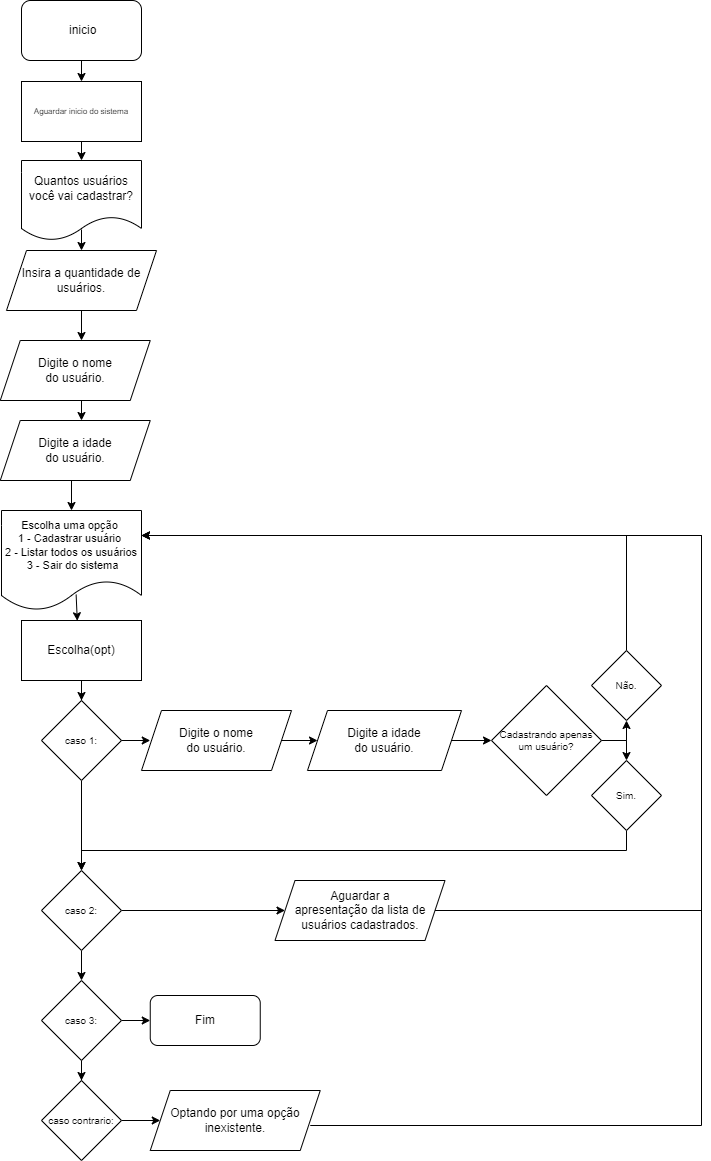
Above: Arquivos Completo/fluxograma.png in KauaWB02/situacao-de-aprendizagem (draw.io), before the change. Source tidied: cells renumbered, new cells last; positions are measured from the earlier drawing's top-left corner, leaving out a move shared by most shapes.
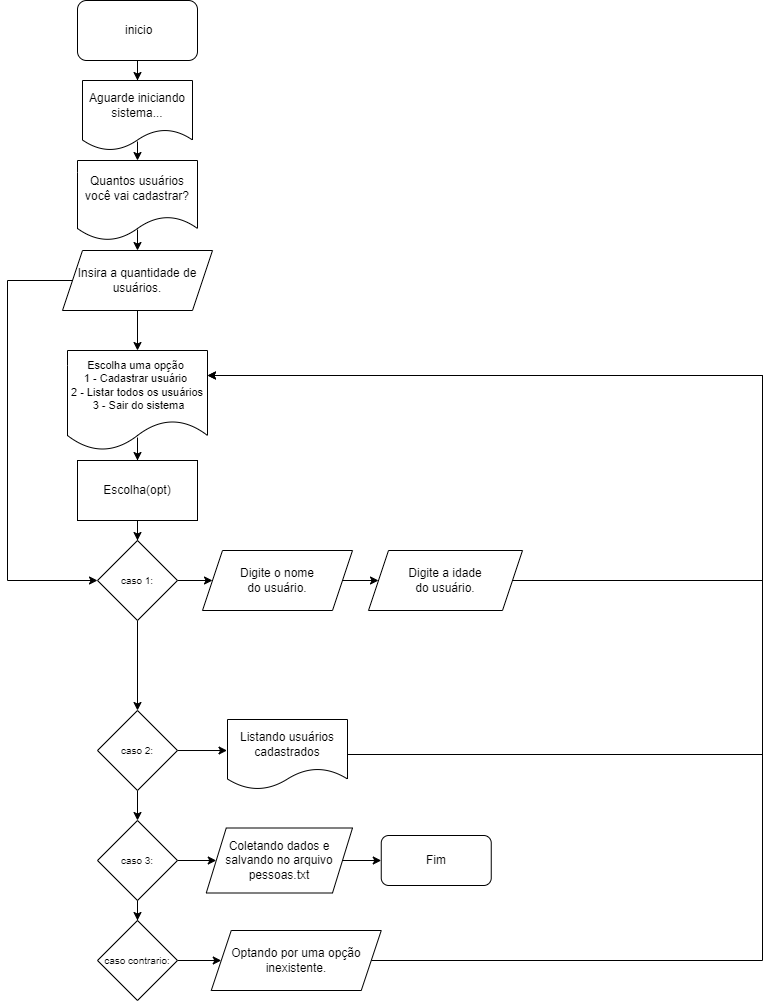
The same diagram one commit later.

The edit, as a diff of the source:
```diff
@@ -2,9 +2,9 @@
   <root>
     <mxCell id="0" />
     <mxCell id="1" parent="0" />
-    <mxCell id="2" style="edgeStyle=none;rounded=0;jettySize=auto;html=1;fontSize=8;" parent="1" edge="1" source="3" target="9">
-      <mxGeometry relative="1" as="geometry" />
-    </mxCell>
+    <mxCell id="45" style="edgeStyle=orthogonalEdgeStyle;rounded=0;jettySize=auto;html=1;" parent="1" edge="1" source="3" target="50">
+      <mxGeometry relative="1" as="geometry" />
+    </mxCell>
     <mxCell id="3" value="&amp;nbsp;inicio" style="rounded=1;whiteSpace=wrap;html=1;" parent="1" vertex="1">
       <mxGeometry x="21" width="120" height="60" as="geometry" />
     </mxCell>
@@ -14,146 +14,117 @@
     <mxCell id="5" value="Quantos usuários você vai cadastrar?" style="shape=document;whiteSpace=wrap;html=1;boundedLbl=1;" parent="1" vertex="1">
       <mxGeometry x="21" y="160" width="120" height="80" as="geometry" />
     </mxCell>
-    <mxCell id="6" style="edgeStyle=none;rounded=0;jettySize=auto;html=1;fontSize=8;" parent="1" edge="1" source="7">
-      <mxGeometry relative="1" as="geometry">
-        <mxPoint x="81" y="340" as="targetPoint" />
-      </mxGeometry>
-    </mxCell>
+    <mxCell id="46" style="edgeStyle=orthogonalEdgeStyle;rounded=0;jettySize=auto;html=1;entryX=0;entryY=0.5;entryDx=0;entryDy=0;exitX=0;exitY=0.5;exitDx=0;exitDy=0;" parent="1" edge="1" source="7" target="15">
+      <mxGeometry relative="1" as="geometry">
+        <Array as="points">
+          <mxPoint x="-49" y="280" />
+          <mxPoint x="-49" y="580" />
+        </Array>
+      </mxGeometry>
+    </mxCell>
+    <mxCell id="47" style="edgeStyle=orthogonalEdgeStyle;rounded=0;jettySize=auto;html=1;" parent="1" edge="1" source="7" target="11">
+      <mxGeometry relative="1" as="geometry" />
+    </mxCell>
     <mxCell id="7" value="Insira a quantidade de usuários." style="shape=parallelogram;perimeter=parallelogramPerimeter;whiteSpace=wrap;html=1;fixedSize=1;" parent="1" vertex="1">
       <mxGeometry x="6" y="250" width="150" height="60" as="geometry" />
     </mxCell>
-    <mxCell id="8" style="edgeStyle=none;rounded=0;jettySize=auto;html=1;fontSize=8;" parent="1" edge="1" source="9" target="5">
-      <mxGeometry relative="1" as="geometry" />
+    <mxCell id="8" style="edgeStyle=none;rounded=0;jettySize=auto;html=1;fontSize=8;" parent="1" edge="1" target="5">
+      <mxGeometry relative="1" as="geometry">
+        <mxPoint x="81" y="141" as="sourcePoint" />
+      </mxGeometry>
     </mxCell>
-    <mxCell id="9" value="&lt;div style=&quot;font-size: 8px;&quot;&gt;Aguardar inicio do sistema&lt;/div&gt;" style="rounded=0;whiteSpace=wrap;html=1;" parent="1" vertex="1">
-      <mxGeometry x="21" y="81" width="120" height="60" as="geometry" />
-    </mxCell>
-    <mxCell id="10" style="edgeStyle=none;rounded=0;orthogonalLoop=1;jettySize=auto;html=1;fontSize=8;" parent="1" edge="1">
-      <mxGeometry relative="1" as="geometry">
-        <mxPoint x="81" y="400" as="sourcePoint" />
-        <mxPoint x="81" y="420" as="targetPoint" />
-      </mxGeometry>
-    </mxCell>
+    <mxCell id="28" style="edgeStyle=orthogonalEdgeStyle;rounded=0;jettySize=auto;html=1;exitX=0.5;exitY=0.87;exitDx=0;exitDy=0;exitPerimeter=0;" parent="1" edge="1" source="11" target="13">
+      <mxGeometry relative="1" as="geometry" />
+    </mxCell>
     <mxCell id="11" value="&lt;font style=&quot;font-size: 11px;&quot;&gt;Escolha uma opção &lt;br&gt;1 - Cadastrar usuário &lt;br&gt;2 - Listar todos os usuários&lt;br&gt;&amp;nbsp;3 - Sair do sistema&lt;/font&gt;" style="shape=document;whiteSpace=wrap;html=1;boundedLbl=1;fontSize=8;" parent="1" vertex="1">
-      <mxGeometry x="1" y="510" width="140" height="100" as="geometry" />
+      <mxGeometry x="11" y="350" width="140" height="100" as="geometry" />
     </mxCell>
     <mxCell id="12" style="edgeStyle=orthogonalEdgeStyle;rounded=0;jettySize=auto;html=1;fontSize=10;" parent="1" edge="1" source="13" target="15">
       <mxGeometry relative="1" as="geometry" />
     </mxCell>
     <mxCell id="13" value="&lt;font style=&quot;font-size: 12px;&quot;&gt;Escolha(opt)&lt;/font&gt;" style="rounded=0;whiteSpace=wrap;html=1;fontSize=8;" parent="1" vertex="1">
-      <mxGeometry x="21" y="620" width="120" height="60" as="geometry" />
+      <mxGeometry x="21" y="460" width="120" height="60" as="geometry" />
     </mxCell>
     <mxCell id="14" style="edgeStyle=orthogonalEdgeStyle;rounded=0;jettySize=auto;html=1;" parent="1" edge="1" source="15" target="19">
       <mxGeometry relative="1" as="geometry" />
     </mxCell>
+    <mxCell id="48" style="edgeStyle=orthogonalEdgeStyle;rounded=0;jettySize=auto;html=1;" parent="1" edge="1" source="15" target="31">
+      <mxGeometry relative="1" as="geometry" />
+    </mxCell>
     <mxCell id="15" value="caso 1:" style="rhombus;whiteSpace=wrap;html=1;fontSize=10;" parent="1" vertex="1">
-      <mxGeometry x="41" y="700" width="80" height="80" as="geometry" />
+      <mxGeometry x="41" y="540" width="80" height="80" as="geometry" />
     </mxCell>
-    <mxCell id="16" style="edgeStyle=orthogonalEdgeStyle;rounded=0;orthogonalLoop=1;jettySize=auto;html=1;" parent="1" edge="1">
-      <mxGeometry relative="1" as="geometry">
-        <mxPoint x="121" y="740" as="sourcePoint" />
-        <mxPoint x="149.8" y="740" as="targetPoint" />
-      </mxGeometry>
-    </mxCell>
-    <mxCell id="17" style="edgeStyle=orthogonalEdgeStyle;rounded=0;jettySize=auto;html=1;entryX=0;entryY=0.5;entryDx=0;entryDy=0;" parent="1" edge="1" source="19" target="42">
+    <mxCell id="17" style="edgeStyle=orthogonalEdgeStyle;rounded=0;jettySize=auto;html=1;entryX=-0.004;entryY=0.443;entryDx=0;entryDy=0;entryPerimeter=0;" parent="1" edge="1" source="19" target="52">
       <mxGeometry relative="1" as="geometry" />
     </mxCell>
     <mxCell id="18" style="edgeStyle=orthogonalEdgeStyle;rounded=0;jettySize=auto;html=1;fontSize=12;" parent="1" edge="1" source="19" target="22">
       <mxGeometry relative="1" as="geometry" />
     </mxCell>
     <mxCell id="19" value="caso 2:" style="rhombus;whiteSpace=wrap;html=1;fontSize=10;" parent="1" vertex="1">
-      <mxGeometry x="41" y="870" width="80" height="80" as="geometry" />
+      <mxGeometry x="41" y="710" width="80" height="80" as="geometry" />
     </mxCell>
-    <mxCell id="20" style="edgeStyle=orthogonalEdgeStyle;rounded=0;jettySize=auto;html=1;fontSize=12;" parent="1" edge="1" source="22">
-      <mxGeometry relative="1" as="geometry">
-        <mxPoint x="149.8" y="1020" as="targetPoint" />
-      </mxGeometry>
-    </mxCell>
     <mxCell id="21" style="edgeStyle=orthogonalEdgeStyle;rounded=0;jettySize=auto;html=1;fontSize=12;" parent="1" edge="1" source="22" target="25">
       <mxGeometry relative="1" as="geometry" />
     </mxCell>
+    <mxCell id="49" style="edgeStyle=orthogonalEdgeStyle;rounded=0;jettySize=auto;html=1;" parent="1" edge="1" source="22" target="54">
+      <mxGeometry relative="1" as="geometry" />
+    </mxCell>
     <mxCell id="22" value="caso 3:" style="rhombus;whiteSpace=wrap;html=1;fontSize=10;" parent="1" vertex="1">
-      <mxGeometry x="41" y="980" width="80" height="80" as="geometry" />
+      <mxGeometry x="41" y="820" width="80" height="80" as="geometry" />
     </mxCell>
     <mxCell id="23" value="Fim" style="rounded=1;whiteSpace=wrap;html=1;fontSize=12;" parent="1" vertex="1">
-      <mxGeometry x="149.8" y="995" width="110" height="50" as="geometry" />
+      <mxGeometry x="324.8" y="835" width="110" height="50" as="geometry" />
     </mxCell>
     <mxCell id="24" style="edgeStyle=orthogonalEdgeStyle;rounded=0;jettySize=auto;html=1;fontSize=11;entryX=0;entryY=0.5;entryDx=0;entryDy=0;" parent="1" edge="1" source="25" target="44">
       <mxGeometry relative="1" as="geometry" />
     </mxCell>
     <mxCell id="25" value="caso contrario:" style="rhombus;whiteSpace=wrap;html=1;fontSize=10;" parent="1" vertex="1">
-      <mxGeometry x="41" y="1080" width="80" height="80" as="geometry" />
+      <mxGeometry x="41" y="920" width="80" height="80" as="geometry" />
     </mxCell>
-    <mxCell id="26" value="Digite o nome&lt;br&gt;do usuário." style="shape=parallelogram;perimeter=parallelogramPerimeter;whiteSpace=wrap;html=1;fixedSize=1;" parent="1" vertex="1">
-      <mxGeometry x="-0.2" y="340" width="150" height="60" as="geometry" />
-    </mxCell>
-    <mxCell id="27" style="edgeStyle=orthogonalEdgeStyle;rounded=0;jettySize=auto;html=1;exitX=0.5;exitY=1;exitDx=0;exitDy=0;" parent="1" edge="1" source="29">
-      <mxGeometry relative="1" as="geometry">
-        <mxPoint x="71" y="510" as="targetPoint" />
-      </mxGeometry>
-    </mxCell>
-    <mxCell id="28" style="edgeStyle=none;rounded=0;jettySize=auto;html=1;entryX=0.465;entryY=0.004;entryDx=0;entryDy=0;entryPerimeter=0;fontSize=11;exitX=0.533;exitY=0.841;exitDx=0;exitDy=0;exitPerimeter=0;" parent="1" edge="1" source="11" target="13">
-      <mxGeometry relative="1" as="geometry" />
-    </mxCell>
-    <mxCell id="29" value="Digite a idade&lt;br&gt;do usuário." style="shape=parallelogram;perimeter=parallelogramPerimeter;whiteSpace=wrap;html=1;fixedSize=1;" parent="1" vertex="1">
-      <mxGeometry x="-0.2" y="420" width="150" height="60" as="geometry" />
-    </mxCell>
     <mxCell id="30" style="edgeStyle=none;rounded=0;jettySize=auto;html=1;exitX=1;exitY=0.5;exitDx=0;exitDy=0;fontSize=11;entryX=0;entryY=0.5;entryDx=0;entryDy=0;" parent="1" edge="1" source="31" target="33">
       <mxGeometry relative="1" as="geometry" />
     </mxCell>
     <mxCell id="31" value="Digite o nome&lt;br&gt;do usuário." style="shape=parallelogram;perimeter=parallelogramPerimeter;whiteSpace=wrap;html=1;fixedSize=1;" parent="1" vertex="1">
-      <mxGeometry x="141" y="710" width="150" height="60" as="geometry" />
+      <mxGeometry x="146" y="550" width="150" height="60" as="geometry" />
     </mxCell>
-    <mxCell id="32" style="edgeStyle=none;rounded=0;jettySize=auto;html=1;exitX=1;exitY=0.5;exitDx=0;exitDy=0;entryX=0;entryY=0.5;entryDx=0;entryDy=0;fontSize=11;" parent="1" edge="1" source="33" target="37">
-      <mxGeometry relative="1" as="geometry" />
-    </mxCell>
     <mxCell id="33" value="Digite a idade&lt;br&gt;do usuário." style="shape=parallelogram;perimeter=parallelogramPerimeter;whiteSpace=wrap;html=1;fixedSize=1;" parent="1" vertex="1">
-      <mxGeometry x="307" y="710" width="154" height="60" as="geometry" />
+      <mxGeometry x="312" y="550" width="154" height="60" as="geometry" />
     </mxCell>
-    <mxCell id="34" style="edgeStyle=orthogonalEdgeStyle;rounded=0;jettySize=auto;html=1;exitX=0.5;exitY=1;exitDx=0;exitDy=0;entryX=0.5;entryY=0;entryDx=0;entryDy=0;fontSize=11;" parent="1" edge="1" source="38" target="19">
-      <mxGeometry relative="1" as="geometry" />
-    </mxCell>
-    <mxCell id="35" style="edgeStyle=orthogonalEdgeStyle;rounded=0;jettySize=auto;html=1;exitX=1;exitY=0.5;exitDx=0;exitDy=0;entryX=0.5;entryY=0;entryDx=0;entryDy=0;fontSize=11;" parent="1" edge="1" source="37" target="38">
-      <mxGeometry relative="1" as="geometry" />
-    </mxCell>
-    <mxCell id="36" style="edgeStyle=orthogonalEdgeStyle;rounded=0;jettySize=auto;html=1;exitX=1;exitY=0.5;exitDx=0;exitDy=0;entryX=0.5;entryY=1;entryDx=0;entryDy=0;fontSize=11;" parent="1" edge="1" source="37" target="40">
-      <mxGeometry relative="1" as="geometry" />
-    </mxCell>
-    <mxCell id="37" value="Cadastrando apenas um usuário?" style="rhombus;whiteSpace=wrap;html=1;fontSize=10;" parent="1" vertex="1">
-      <mxGeometry x="491" y="685" width="110" height="110" as="geometry" />
-    </mxCell>
-    <mxCell id="38" value="Sim." style="rhombus;whiteSpace=wrap;html=1;fontSize=10;" parent="1" vertex="1">
-      <mxGeometry x="591" y="760" width="70" height="70" as="geometry" />
-    </mxCell>
-    <mxCell id="39" style="edgeStyle=orthogonalEdgeStyle;rounded=0;jettySize=auto;html=1;exitX=0.5;exitY=0;exitDx=0;exitDy=0;entryX=1;entryY=0.25;entryDx=0;entryDy=0;fontSize=11;" parent="1" edge="1" source="40" target="11">
-      <mxGeometry relative="1" as="geometry" />
-    </mxCell>
-    <mxCell id="40" value="Não." style="rhombus;whiteSpace=wrap;html=1;fontSize=10;" parent="1" vertex="1">
-      <mxGeometry x="591" y="650" width="70" height="70" as="geometry" />
-    </mxCell>
-    <mxCell id="41" style="edgeStyle=orthogonalEdgeStyle;rounded=0;jettySize=auto;html=1;exitX=1;exitY=0.5;exitDx=0;exitDy=0;entryX=1;entryY=0.25;entryDx=0;entryDy=0;fontSize=11;" parent="1" edge="1" source="42" target="11">
+    <mxCell id="41" style="edgeStyle=orthogonalEdgeStyle;rounded=0;jettySize=auto;html=1;exitX=1;exitY=0.5;exitDx=0;exitDy=0;entryX=1;entryY=0.25;entryDx=0;entryDy=0;fontSize=11;" parent="1" edge="1" source="52" target="11">
       <mxGeometry relative="1" as="geometry">
         <Array as="points">
-          <mxPoint x="701" y="910" />
-          <mxPoint x="701" y="535" />
+          <mxPoint x="706" y="754" />
+          <mxPoint x="706" y="375" />
         </Array>
       </mxGeometry>
     </mxCell>
-    <mxCell id="42" value="Aguardar a&lt;br&gt;apresentação da lista de usuários cadastrados." style="shape=parallelogram;perimeter=parallelogramPerimeter;whiteSpace=wrap;html=1;fixedSize=1;" parent="1" vertex="1">
-      <mxGeometry x="274.5" y="880" width="170" height="60" as="geometry" />
-    </mxCell>
-    <mxCell id="43" style="edgeStyle=orthogonalEdgeStyle;rounded=0;orthogonalLoop=1;jettySize=auto;html=1;exitX=1;exitY=0.5;exitDx=0;exitDy=0;fontSize=11;" parent="1" edge="1">
+    <mxCell id="43" style="edgeStyle=orthogonalEdgeStyle;rounded=0;jettySize=auto;html=1;exitX=1;exitY=0.5;exitDx=0;exitDy=0;fontSize=11;entryX=1;entryY=0.25;entryDx=0;entryDy=0;" parent="1" edge="1" source="44" target="11">
       <mxGeometry relative="1" as="geometry">
-        <mxPoint x="309.8" y="1125" as="sourcePoint" />
-        <mxPoint x="141" y="535" as="targetPoint" />
         <Array as="points">
-          <mxPoint x="701" y="1125" />
-          <mxPoint x="701" y="535" />
+          <mxPoint x="706" y="960" />
+          <mxPoint x="706" y="375" />
         </Array>
       </mxGeometry>
     </mxCell>
     <mxCell id="44" value="Optando por uma opção&lt;br&gt;inexistente." style="shape=parallelogram;perimeter=parallelogramPerimeter;whiteSpace=wrap;html=1;fixedSize=1;" parent="1" vertex="1">
-      <mxGeometry x="149.8" y="1090" width="170" height="60" as="geometry" />
+      <mxGeometry x="154.8" y="930" width="170" height="60" as="geometry" />
     </mxCell>
+    <mxCell id="50" value="Aguarde iniciando sistema..." style="shape=document;whiteSpace=wrap;html=1;boundedLbl=1;" parent="1" vertex="1">
+      <mxGeometry x="26" y="80" width="110" height="70" as="geometry" />
+    </mxCell>
+    <mxCell id="51" style="endArrow=none;html=1;rounded=0;exitX=1;exitY=0.5;exitDx=0;exitDy=0;" parent="1" edge="1" source="33">
+      <mxGeometry relative="1" as="geometry">
+        <mxPoint x="706" y="580" as="targetPoint" />
+      </mxGeometry>
+    </mxCell>
+    <mxCell id="52" value="Listando usuários cadastrados" style="shape=document;whiteSpace=wrap;html=1;boundedLbl=1;" parent="1" vertex="1">
+      <mxGeometry x="171" y="719" width="120" height="70" as="geometry" />
+    </mxCell>
+    <mxCell id="53" style="edgeStyle=orthogonalEdgeStyle;rounded=0;jettySize=auto;html=1;" parent="1" edge="1" source="54" target="23">
+      <mxGeometry relative="1" as="geometry" />
+    </mxCell>
+    <mxCell id="54" value="Coletando dados e salvando no arquivo pessoas.txt" style="shape=parallelogram;perimeter=parallelogramPerimeter;whiteSpace=wrap;html=1;fixedSize=1;" parent="1" vertex="1">
+      <mxGeometry x="149.8" y="827.5" width="146.2" height="65" as="geometry" />
+    </mxCell>
   </root>
 </mxGraphModel>
```
